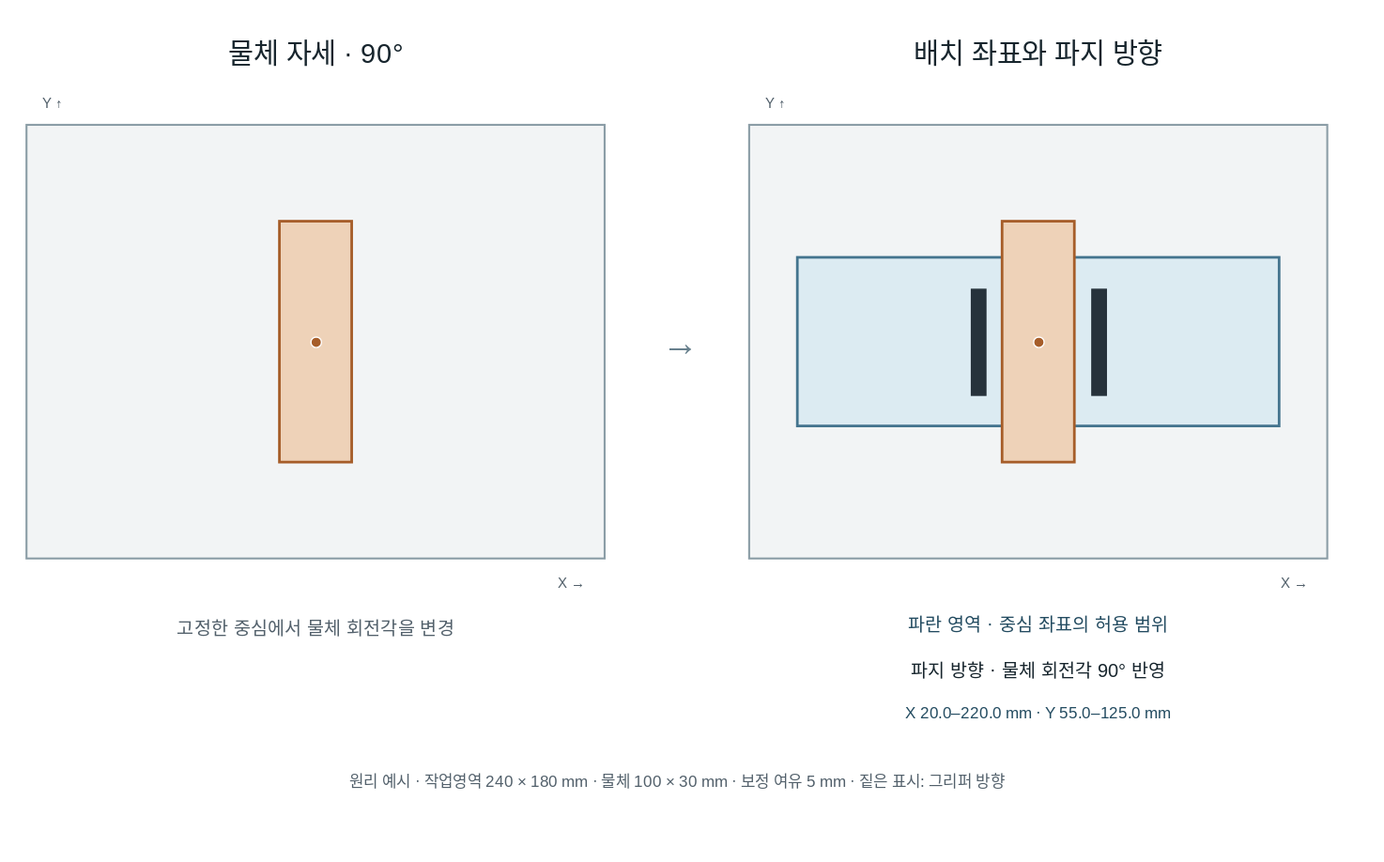
Above: docs/portfolio/workspace-90.drawio.svg in hasemu1211/fr5-lerobot-connector (draw.io), before the change. Source tidied: cells renumbered, new cells last; positions are measured from the earlier drawing's top-left corner, leaving out a move shared by most shapes.
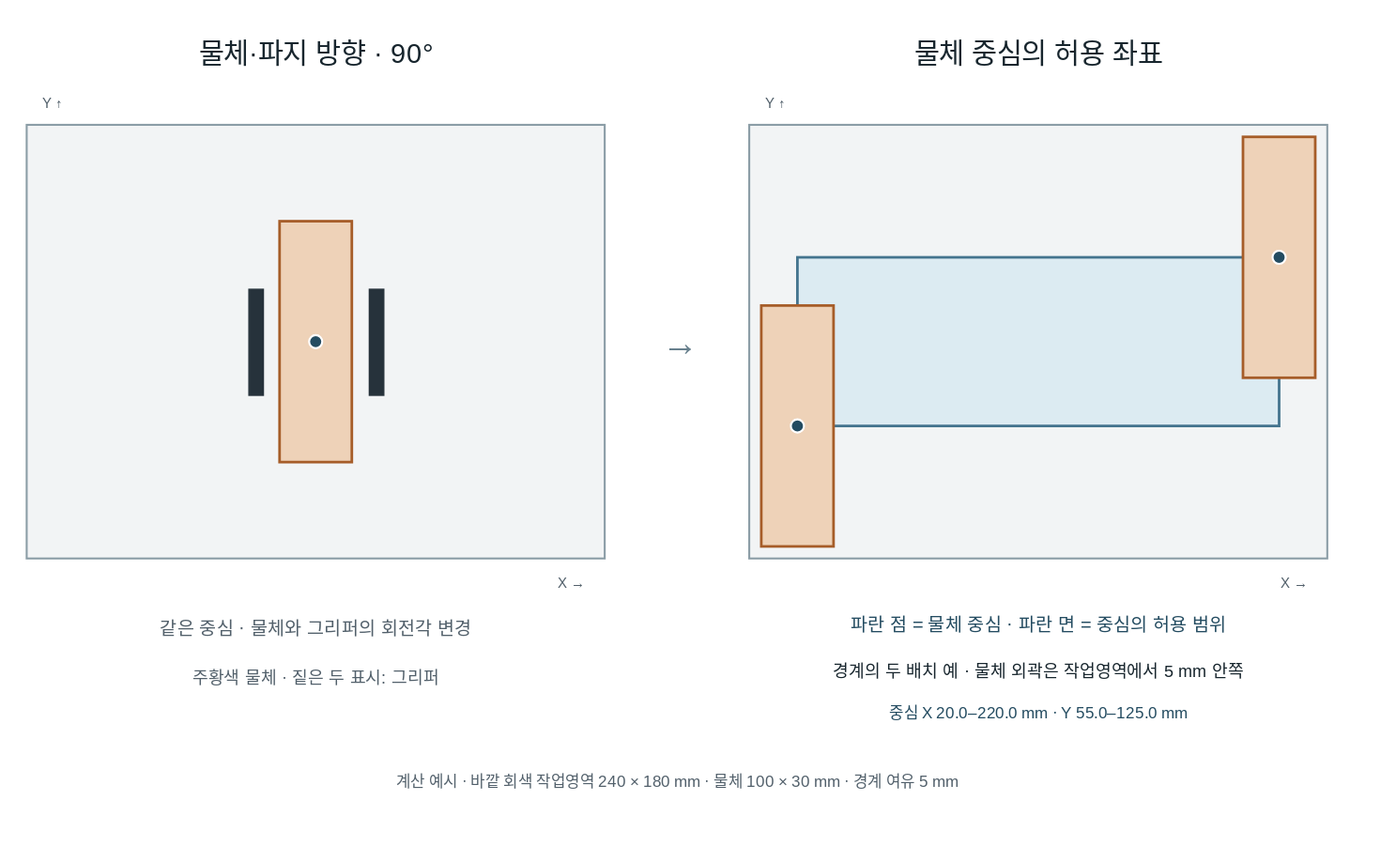
Later version of the same file.

Diff of the diagram source:
```diff
@@ -2,10 +2,10 @@
   <root>
     <mxCell id="0" />
     <mxCell id="1" parent="0" />
-    <mxCell id="2" value="물체 자세 · 90°" style="html=1;whiteSpace=wrap;fontFamily=Noto Sans CJK KR;fontSize=14;fontColor=#17252d;spacing=0;text;strokeColor=none;fillColor=none;fontSize=21;fontColor=#17252d;align=center;verticalAlign=middle;" parent="1" vertex="1">
+    <mxCell id="2" value="물체·파지 방향 · 90°" style="html=1;whiteSpace=wrap;fontFamily=Noto Sans CJK KR;fontSize=14;fontColor=#17252d;spacing=0;text;strokeColor=none;fillColor=none;fontSize=21;fontColor=#17252d;align=center;verticalAlign=middle;" parent="1" vertex="1">
       <mxGeometry width="440" height="40" as="geometry" />
     </mxCell>
-    <mxCell id="3" value="배치 좌표와 파지 방향" style="html=1;whiteSpace=wrap;fontFamily=Noto Sans CJK KR;fontSize=14;fontColor=#17252d;spacing=0;text;strokeColor=none;fillColor=none;fontSize=21;fontColor=#17252d;align=center;verticalAlign=middle;" parent="1" vertex="1">
+    <mxCell id="3" value="물체 중심의 허용 좌표" style="html=1;whiteSpace=wrap;fontFamily=Noto Sans CJK KR;fontSize=14;fontColor=#17252d;spacing=0;text;strokeColor=none;fillColor=none;fontSize=21;fontColor=#17252d;align=center;verticalAlign=middle;" parent="1" vertex="1">
       <mxGeometry x="550" width="440" height="40" as="geometry" />
     </mxCell>
     <mxCell id="4" style="html=1;whiteSpace=wrap;fontFamily=Noto Sans CJK KR;fontSize=14;fontColor=#17252d;spacing=0;fillColor=#f2f4f5;strokeColor=#8b9da6;strokeWidth=1.5;align=center;verticalAlign=middle;" parent="1" vertex="1">
@@ -32,37 +32,46 @@
     <mxCell id="11" style="html=1;whiteSpace=wrap;fontFamily=Noto Sans CJK KR;fontSize=14;fontColor=#17252d;spacing=0;fillColor=#eed2b8;strokeColor=#a65d29;strokeWidth=2;rotation=-90;align=center;verticalAlign=middle;" parent="1" vertex="1">
       <mxGeometry x="128.3" y="212.5" width="183.3" height="55" as="geometry" />
     </mxCell>
-    <mxCell id="12" style="html=1;whiteSpace=wrap;fontFamily=Noto Sans CJK KR;fontSize=14;fontColor=#17252d;spacing=0;ellipse;fillColor=#a65d29;strokeColor=#fff;strokeWidth=1;align=center;verticalAlign=middle;" parent="1" vertex="1">
-      <mxGeometry x="216" y="236" width="8" height="8" as="geometry" />
+    <mxCell id="12" style="html=1;whiteSpace=wrap;fontFamily=Noto Sans CJK KR;fontSize=14;fontColor=#17252d;spacing=0;ellipse;fillColor=#244c61;strokeColor=#fff;strokeWidth=1.5;align=center;verticalAlign=middle;" parent="1" vertex="1">
+      <mxGeometry x="215" y="235" width="10" height="10" as="geometry" />
     </mxCell>
-    <mxCell id="13" style="html=1;whiteSpace=wrap;fontFamily=Noto Sans CJK KR;fontSize=14;fontColor=#17252d;spacing=0;fillColor=#eed2b8;strokeColor=#a65d29;strokeWidth=2;rotation=-90;align=center;verticalAlign=middle;" parent="1" vertex="1">
-      <mxGeometry x="678.3" y="212.5" width="183.3" height="55" as="geometry" />
-    </mxCell>
-    <mxCell id="14" style="html=1;whiteSpace=wrap;fontFamily=Noto Sans CJK KR;fontSize=14;fontColor=#17252d;spacing=0;ellipse;fillColor=#a65d29;strokeColor=#fff;strokeWidth=1;align=center;verticalAlign=middle;" parent="1" vertex="1">
-      <mxGeometry x="766" y="236" width="8" height="8" as="geometry" />
-    </mxCell>
+    <mxCell id="23" style="html=1;whiteSpace=wrap;fontFamily=Noto Sans CJK KR;fontSize=14;fontColor=#17252d;spacing=0;fillColor=#eed2b8;strokeColor=#a65d29;strokeWidth=2;rotation=-90;align=center;verticalAlign=middle;" parent="1" vertex="1">
+      <mxGeometry x="495" y="276.7" width="183.3" height="55" as="geometry" />
+    </mxCell>
+    <mxCell id="24" style="html=1;whiteSpace=wrap;fontFamily=Noto Sans CJK KR;fontSize=14;fontColor=#17252d;spacing=0;ellipse;fillColor=#244c61;strokeColor=#fff;strokeWidth=1.5;align=center;verticalAlign=middle;" parent="1" vertex="1">
+      <mxGeometry x="581.7" y="299.2" width="10" height="10" as="geometry" />
+    </mxCell>
+    <mxCell id="25" style="html=1;whiteSpace=wrap;fontFamily=Noto Sans CJK KR;fontSize=14;fontColor=#17252d;spacing=0;fillColor=#eed2b8;strokeColor=#a65d29;strokeWidth=2;rotation=-90;align=center;verticalAlign=middle;" parent="1" vertex="1">
+      <mxGeometry x="861.7" y="148.3" width="183.3" height="55" as="geometry" />
+    </mxCell>
+    <mxCell id="26" style="html=1;whiteSpace=wrap;fontFamily=Noto Sans CJK KR;fontSize=14;fontColor=#17252d;spacing=0;ellipse;fillColor=#244c61;strokeColor=#fff;strokeWidth=1.5;align=center;verticalAlign=middle;" parent="1" vertex="1">
+      <mxGeometry x="948.3" y="170.8" width="10" height="10" as="geometry" />
+    </mxCell>
     <mxCell id="15" style="html=1;whiteSpace=wrap;fontFamily=Noto Sans CJK KR;fontSize=14;fontColor=#17252d;spacing=0;fillColor=#26323b;strokeColor=#26323b;rotation=-90;align=center;verticalAlign=middle;" parent="1" vertex="1">
-      <mxGeometry x="775.5" y="234.5" width="80.7" height="11" as="geometry" />
+      <mxGeometry x="225.5" y="234.5" width="80.7" height="11" as="geometry" />
     </mxCell>
     <mxCell id="16" style="html=1;whiteSpace=wrap;fontFamily=Noto Sans CJK KR;fontSize=14;fontColor=#17252d;spacing=0;fillColor=#26323b;strokeColor=#26323b;rotation=-90;align=center;verticalAlign=middle;" parent="1" vertex="1">
-      <mxGeometry x="683.8" y="234.5" width="80.7" height="11" as="geometry" />
+      <mxGeometry x="133.8" y="234.5" width="80.7" height="11" as="geometry" />
     </mxCell>
-    <mxCell id="17" value="고정한 중심에서 물체 회전각을 변경" style="html=1;whiteSpace=wrap;fontFamily=Noto Sans CJK KR;fontSize=14;fontColor=#17252d;spacing=0;text;strokeColor=none;fillColor=none;fontSize=14;fontColor=#52606b;align=center;verticalAlign=middle;" parent="1" vertex="1">
+    <mxCell id="17" value="같은 중심 · 물체와 그리퍼의 회전각 변경" style="html=1;whiteSpace=wrap;fontFamily=Noto Sans CJK KR;fontSize=14;fontColor=#17252d;spacing=0;text;strokeColor=none;fillColor=none;fontSize=14;fontColor=#52606b;align=center;verticalAlign=middle;" parent="1" vertex="1">
       <mxGeometry y="440" width="440" height="35" as="geometry" />
     </mxCell>
+    <mxCell id="19" value="주황색 물체 · 짙은 두 표시: 그리퍼" style="html=1;whiteSpace=wrap;fontFamily=Noto Sans CJK KR;fontSize=14;fontColor=#17252d;spacing=0;text;strokeColor=none;fillColor=none;fontSize=13;fontColor=#52606b;align=center;verticalAlign=middle;" parent="1" vertex="1">
+      <mxGeometry y="480" width="440" height="30" as="geometry" />
+    </mxCell>
-    <mxCell id="18" value="파란 영역 · 중심 좌표의 허용 범위" style="html=1;whiteSpace=wrap;fontFamily=Noto Sans CJK KR;fontSize=14;fontColor=#17252d;spacing=0;text;strokeColor=none;fillColor=none;fontSize=14;fontColor=#244c61;align=center;verticalAlign=middle;" parent="1" vertex="1">
+    <mxCell id="18" value="파란 점 = 물체 중심 · 파란 면 = 중심의 허용 범위" style="html=1;whiteSpace=wrap;fontFamily=Noto Sans CJK KR;fontSize=14;fontColor=#17252d;spacing=0;text;strokeColor=none;fillColor=none;fontSize=14;fontColor=#244c61;align=center;verticalAlign=middle;" parent="1" vertex="1">
       <mxGeometry x="550" y="440" width="440" height="30" as="geometry" />
     </mxCell>
-    <mxCell id="19" value="파지 방향 · 물체 회전각 90° 반영" style="html=1;whiteSpace=wrap;fontFamily=Noto Sans CJK KR;fontSize=14;fontColor=#17252d;spacing=0;text;strokeColor=none;fillColor=none;fontSize=14;fontColor=#17252d;align=center;verticalAlign=middle;" parent="1" vertex="1">
-      <mxGeometry x="550" y="475" width="440" height="30" as="geometry" />
-    </mxCell>
+    <mxCell id="27" value="경계의 두 배치 예 · 물체 외곽은 작업영역에서 5 mm 안쪽" style="html=1;whiteSpace=wrap;fontFamily=Noto Sans CJK KR;fontSize=14;fontColor=#17252d;spacing=0;text;strokeColor=none;fillColor=none;fontSize=13;fontColor=#17252d;align=center;verticalAlign=middle;" parent="1" vertex="1">
+      <mxGeometry x="540" y="475" width="460" height="30" as="geometry" />
+    </mxCell>
-    <mxCell id="20" value="X 20.0–220.0 mm · Y 55.0–125.0 mm" style="html=1;whiteSpace=wrap;fontFamily=Noto Sans CJK KR;fontSize=14;fontColor=#17252d;spacing=0;text;strokeColor=none;fillColor=none;fontSize=12;fontColor=#244c61;align=center;verticalAlign=middle;" parent="1" vertex="1">
+    <mxCell id="20" value="중심 X 20.0–220.0 mm · Y 55.0–125.0 mm" style="html=1;whiteSpace=wrap;fontFamily=Noto Sans CJK KR;fontSize=14;fontColor=#17252d;spacing=0;text;strokeColor=none;fillColor=none;fontSize=12;fontColor=#244c61;align=center;verticalAlign=middle;" parent="1" vertex="1">
       <mxGeometry x="550" y="510" width="440" height="25" as="geometry" />
     </mxCell>
     <mxCell id="21" value="→" style="html=1;whiteSpace=wrap;fontFamily=Noto Sans CJK KR;fontSize=14;fontColor=#17252d;spacing=0;text;strokeColor=none;fillColor=none;fontSize=28;fontColor=#68808d;align=center;verticalAlign=middle;" parent="1" vertex="1">
       <mxGeometry x="460" y="210" width="75" height="60" as="geometry" />
     </mxCell>
-    <mxCell id="22" value="원리 예시 · 작업영역 240 × 180 mm · 물체 100 × 30 mm · 보정 여유 5 mm · 짙은 표시: 그리퍼 방향" style="html=1;whiteSpace=wrap;fontFamily=Noto Sans CJK KR;fontSize=14;fontColor=#17252d;spacing=0;text;strokeColor=none;fillColor=none;fontSize=12;fontColor=#52606b;align=center;verticalAlign=middle;" parent="1" vertex="1">
+    <mxCell id="22" value="계산 예시 · 바깥 회색 작업영역 240 × 180 mm · 물체 100 × 30 mm · 경계 여유 5 mm" style="html=1;whiteSpace=wrap;fontFamily=Noto Sans CJK KR;fontSize=14;fontColor=#17252d;spacing=0;text;strokeColor=none;fillColor=none;fontSize=12;fontColor=#52606b;align=center;verticalAlign=middle;" parent="1" vertex="1">
       <mxGeometry y="555" width="990" height="40" as="geometry" />
     </mxCell>
   </root>
```
